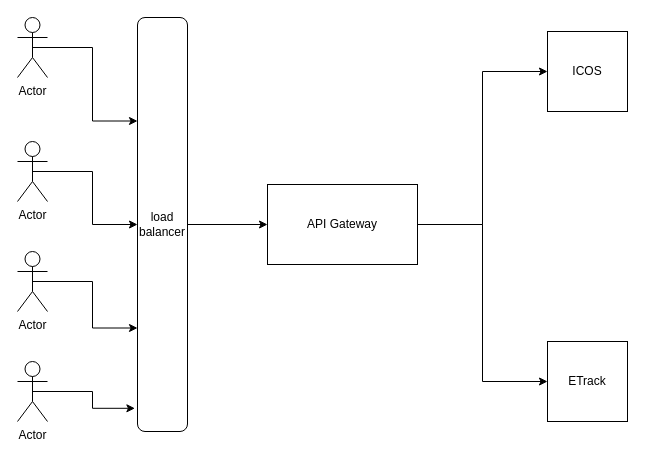
jassirwani/posta-mind-mapping keeps this draw.io diagram as system.drawio. Above is the earlier version. Source tidied: cells renumbered, new cells numbered last; positions are measured from the earlier drawing's top-left corner, leaving out a move shared by most shapes. Both pictures are drawn from the tidied source at 100%, with x=0, y=0 at pixel (17, 17).
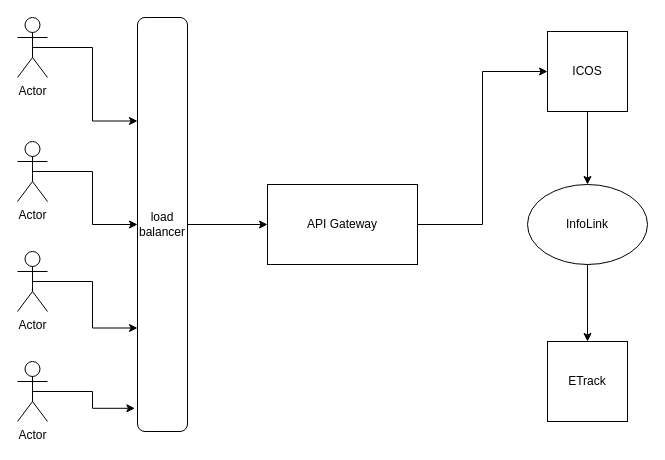
The same page after the edit.

Change to the diagram source:
```diff
@@
 <mxGraphModel>
   <root>
     <mxCell id="0" />
     <mxCell id="1" parent="0" />
     <mxCell id="2" style="edgeStyle=orthogonalEdgeStyle;rounded=0;jettySize=auto;html=1;exitX=0.5;exitY=0.5;exitDx=0;exitDy=0;exitPerimeter=0;entryX=0.25;entryY=1;entryDx=0;entryDy=0;" parent="1" edge="1" source="3" target="11">
       <mxGeometry relative="1" as="geometry" />
     </mxCell>
     <mxCell id="3" value="Actor" style="shape=umlActor;verticalLabelPosition=bottom;verticalAlign=top;html=1;outlineConnect=0;" parent="1" vertex="1">
       <mxGeometry width="30" height="60" as="geometry" />
     </mxCell>
     <mxCell id="4" style="edgeStyle=orthogonalEdgeStyle;rounded=0;jettySize=auto;html=1;exitX=0.5;exitY=0.5;exitDx=0;exitDy=0;exitPerimeter=0;entryX=0.5;entryY=1;entryDx=0;entryDy=0;" parent="1" edge="1" source="5" target="11">
       <mxGeometry relative="1" as="geometry" />
     </mxCell>
     <mxCell id="5" value="Actor" style="shape=umlActor;verticalLabelPosition=bottom;verticalAlign=top;html=1;outlineConnect=0;" parent="1" vertex="1">
       <mxGeometry y="124" width="30" height="60" as="geometry" />
     </mxCell>
     <mxCell id="6" style="edgeStyle=orthogonalEdgeStyle;rounded=0;jettySize=auto;html=1;exitX=0.5;exitY=0.5;exitDx=0;exitDy=0;exitPerimeter=0;entryX=0.75;entryY=1;entryDx=0;entryDy=0;" parent="1" edge="1" source="7" target="11">
       <mxGeometry relative="1" as="geometry" />
     </mxCell>
     <mxCell id="7" value="Actor" style="shape=umlActor;verticalLabelPosition=bottom;verticalAlign=top;html=1;outlineConnect=0;" parent="1" vertex="1">
       <mxGeometry y="234" width="30" height="60" as="geometry" />
     </mxCell>
     <mxCell id="8" style="edgeStyle=orthogonalEdgeStyle;rounded=0;jettySize=auto;html=1;exitX=0.5;exitY=0.5;exitDx=0;exitDy=0;exitPerimeter=0;entryX=0.944;entryY=1.052;entryDx=0;entryDy=0;entryPerimeter=0;" parent="1" edge="1" source="9" target="11">
       <mxGeometry relative="1" as="geometry" />
     </mxCell>
     <mxCell id="9" value="Actor" style="shape=umlActor;verticalLabelPosition=bottom;verticalAlign=top;html=1;outlineConnect=0;" parent="1" vertex="1">
       <mxGeometry y="344" width="30" height="60" as="geometry" />
     </mxCell>
     <mxCell id="10" style="edgeStyle=orthogonalEdgeStyle;rounded=0;jettySize=auto;html=1;exitX=0.5;exitY=0;exitDx=0;exitDy=0;" parent="1" edge="1" source="11" target="14">
       <mxGeometry relative="1" as="geometry" />
     </mxCell>
     <mxCell id="11" value="load&lt;br&gt;balancer" style="rounded=1;whiteSpace=wrap;html=1;direction=south;" parent="1" vertex="1">
       <mxGeometry x="120" width="50" height="414" as="geometry" />
     </mxCell>
     <mxCell id="12" style="edgeStyle=orthogonalEdgeStyle;rounded=0;jettySize=auto;html=1;exitX=1;exitY=0.5;exitDx=0;exitDy=0;entryX=0;entryY=0.5;entryDx=0;entryDy=0;" parent="1" edge="1" source="14" target="15">
       <mxGeometry relative="1" as="geometry" />
     </mxCell>
-    <mxCell id="13" style="edgeStyle=orthogonalEdgeStyle;rounded=0;jettySize=auto;html=1;exitX=1;exitY=0.5;exitDx=0;exitDy=0;entryX=0;entryY=0.5;entryDx=0;entryDy=0;" parent="1" edge="1" source="14" target="16">
+    <mxCell id="13" style="edgeStyle=orthogonalEdgeStyle;rounded=0;jettySize=auto;html=1;exitX=0.5;exitY=1;exitDx=0;exitDy=0;entryX=0.5;entryY=0;entryDx=0;entryDy=0;" parent="1" edge="1" source="18" target="16">
       <mxGeometry relative="1" as="geometry" />
     </mxCell>
     <mxCell id="14" value="API Gateway" style="rounded=0;whiteSpace=wrap;html=1;" parent="1" vertex="1">
       <mxGeometry x="250" y="167" width="150" height="80" as="geometry" />
     </mxCell>
+    <mxCell id="17" style="edgeStyle=orthogonalEdgeStyle;rounded=0;jettySize=auto;html=1;exitX=0.5;exitY=1;exitDx=0;exitDy=0;" parent="1" edge="1" source="15" target="18">
+      <mxGeometry relative="1" as="geometry" />
+    </mxCell>
     <mxCell id="15" value="ICOS" style="whiteSpace=wrap;html=1;" parent="1" vertex="1">
       <mxGeometry x="530" y="14" width="80" height="80" as="geometry" />
     </mxCell>
     <mxCell id="16" value="ETrack" style="whiteSpace=wrap;html=1;" parent="1" vertex="1">
       <mxGeometry x="530" y="324" width="80" height="80" as="geometry" />
     </mxCell>
+    <mxCell id="18" value="InfoLink" style="ellipse;whiteSpace=wrap;html=1;" parent="1" vertex="1">
+      <mxGeometry x="510" y="167" width="120" height="80" as="geometry" />
+    </mxCell>
   </root>
 </mxGraphModel>
```
